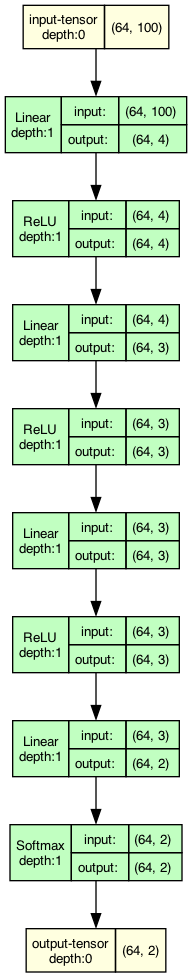
Before: graphs/q3_model.gv.png, a diagram exported from Graphviz (tanruiquan/Selene). Its source is kept beside it as graphs/q3_model.gv. The source it was exported from:
```dot
strict digraph q3_model {
	graph [ordering=in rankdir=TB size="12.0,12.0"]
	node [align=left fontname="Linux libertine" fontsize=10 height=0.2 margin=0 ranksep=0.1 shape=plaintext style=filled]
	edge [fontsize=10]
	0 [label=<
                    <TABLE BORDER="0" CELLBORDER="1"
                    CELLSPACING="0" CELLPADDING="4">
                        <TR><TD>input-tensor<BR/>depth:0</TD><TD>(64, 100)</TD></TR>
                    </TABLE>> fillcolor=lightyellow]
	1 [label=<
                    <TABLE BORDER="0" CELLBORDER="1"
                    CELLSPACING="0" CELLPADDING="4">
                    <TR>
                        <TD ROWSPAN="2">Linear<BR/>depth:1</TD>
                        <TD COLSPAN="2">input:</TD>
                        <TD COLSPAN="2">(64, 100) </TD>
                    </TR>
                    <TR>
                        <TD COLSPAN="2">output: </TD>
                        <TD COLSPAN="2">(64, 4) </TD>
                    </TR>
                    </TABLE>> fillcolor=darkseagreen1]
	2 [label=<
                    <TABLE BORDER="0" CELLBORDER="1"
                    CELLSPACING="0" CELLPADDING="4">
                    <TR>
                        <TD ROWSPAN="2">ReLU<BR/>depth:1</TD>
                        <TD COLSPAN="2">input:</TD>
                        <TD COLSPAN="2">(64, 4) </TD>
                    </TR>
                    <TR>
                        <TD COLSPAN="2">output: </TD>
                        <TD COLSPAN="2">(64, 4) </TD>
                    </TR>
                    </TABLE>> fillcolor=darkseagreen1]
	3 [label=<
                    <TABLE BORDER="0" CELLBORDER="1"
                    CELLSPACING="0" CELLPADDING="4">
                    <TR>
                        <TD ROWSPAN="2">Linear<BR/>depth:1</TD>
                        <TD COLSPAN="2">input:</TD>
                        <TD COLSPAN="2">(64, 4) </TD>
                    </TR>
                    <TR>
                        <TD COLSPAN="2">output: </TD>
                        <TD COLSPAN="2">(64, 3) </TD>
                    </TR>
                    </TABLE>> fillcolor=darkseagreen1]
	4 [label=<
                    <TABLE BORDER="0" CELLBORDER="1"
                    CELLSPACING="0" CELLPADDING="4">
                    <TR>
                        <TD ROWSPAN="2">ReLU<BR/>depth:1</TD>
                        <TD COLSPAN="2">input:</TD>
                        <TD COLSPAN="2">(64, 3) </TD>
                    </TR>
                    <TR>
                        <TD COLSPAN="2">output: </TD>
                        <TD COLSPAN="2">(64, 3) </TD>
                    </TR>
                    </TABLE>> fillcolor=darkseagreen1]
	5 [label=<
                    <TABLE BORDER="0" CELLBORDER="1"
                    CELLSPACING="0" CELLPADDING="4">
                    <TR>
                        <TD ROWSPAN="2">Linear<BR/>depth:1</TD>
                        <TD COLSPAN="2">input:</TD>
                        <TD COLSPAN="2">(64, 3) </TD>
                    </TR>
                    <TR>
                        <TD COLSPAN="2">output: </TD>
                        <TD COLSPAN="2">(64, 3) </TD>
                    </TR>
                    </TABLE>> fillcolor=darkseagreen1]
	6 [label=<
                    <TABLE BORDER="0" CELLBORDER="1"
                    CELLSPACING="0" CELLPADDING="4">
                    <TR>
                        <TD ROWSPAN="2">ReLU<BR/>depth:1</TD>
                        <TD COLSPAN="2">input:</TD>
                        <TD COLSPAN="2">(64, 3) </TD>
                    </TR>
                    <TR>
                        <TD COLSPAN="2">output: </TD>
                        <TD COLSPAN="2">(64, 3) </TD>
                    </TR>
                    </TABLE>> fillcolor=darkseagreen1]
	7 [label=<
                    <TABLE BORDER="0" CELLBORDER="1"
                    CELLSPACING="0" CELLPADDING="4">
                    <TR>
                        <TD ROWSPAN="2">Linear<BR/>depth:1</TD>
                        <TD COLSPAN="2">input:</TD>
                        <TD COLSPAN="2">(64, 3) </TD>
                    </TR>
                    <TR>
                        <TD COLSPAN="2">output: </TD>
                        <TD COLSPAN="2">(64, 2) </TD>
                    </TR>
                    </TABLE>> fillcolor=darkseagreen1]
	8 [label=<
                    <TABLE BORDER="0" CELLBORDER="1"
                    CELLSPACING="0" CELLPADDING="4">
                    <TR>
                        <TD ROWSPAN="2">Softmax<BR/>depth:1</TD>
                        <TD COLSPAN="2">input:</TD>
                        <TD COLSPAN="2">(64, 2) </TD>
                    </TR>
                    <TR>
                        <TD COLSPAN="2">output: </TD>
                        <TD COLSPAN="2">(64, 2) </TD>
                    </TR>
                    </TABLE>> fillcolor=darkseagreen1]
	9 [label=<
                    <TABLE BORDER="0" CELLBORDER="1"
                    CELLSPACING="0" CELLPADDING="4">
                        <TR><TD>output-tensor<BR/>depth:0</TD><TD>(64, 2)</TD></TR>
                    </TABLE>> fillcolor=lightyellow]
	0 -> 1
	1 -> 2
	2 -> 3
	3 -> 4
	4 -> 5
	5 -> 6
	6 -> 7
	7 -> 8
	8 -> 9
}
```
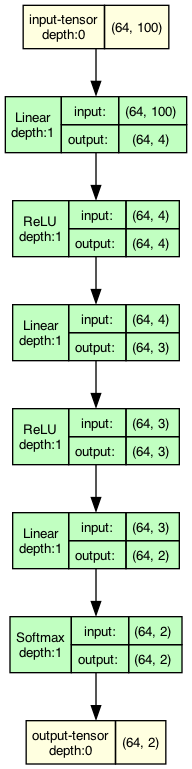
After the commit.

Diff of the diagram source:
```diff
@@ -69,36 +69,10 @@
                     </TR>
                     <TR>
                         <TD COLSPAN="2">output: </TD>
-                        <TD COLSPAN="2">(64, 3) </TD>
+                        <TD COLSPAN="2">(64, 2) </TD>
                     </TR>
                     </TABLE>> fillcolor=darkseagreen1]
 	6 [label=<
-                    <TABLE BORDER="0" CELLBORDER="1"
-                    CELLSPACING="0" CELLPADDING="4">
-                    <TR>
-                        <TD ROWSPAN="2">ReLU<BR/>depth:1</TD>
-                        <TD COLSPAN="2">input:</TD>
-                        <TD COLSPAN="2">(64, 3) </TD>
-                    </TR>
-                    <TR>
-                        <TD COLSPAN="2">output: </TD>
-                        <TD COLSPAN="2">(64, 3) </TD>
-                    </TR>
-                    </TABLE>> fillcolor=darkseagreen1]
-	7 [label=<
-                    <TABLE BORDER="0" CELLBORDER="1"
-                    CELLSPACING="0" CELLPADDING="4">
-                    <TR>
-                        <TD ROWSPAN="2">Linear<BR/>depth:1</TD>
-                        <TD COLSPAN="2">input:</TD>
-                        <TD COLSPAN="2">(64, 3) </TD>
-                    </TR>
-                    <TR>
-                        <TD COLSPAN="2">output: </TD>
-                        <TD COLSPAN="2">(64, 2) </TD>
-                    </TR>
-                    </TABLE>> fillcolor=darkseagreen1]
-	8 [label=<
                     <TABLE BORDER="0" CELLBORDER="1"
                     CELLSPACING="0" CELLPADDING="4">
                     <TR>
@@ -111,7 +85,7 @@
                         <TD COLSPAN="2">(64, 2) </TD>
                     </TR>
                     </TABLE>> fillcolor=darkseagreen1]
-	9 [label=<
+	7 [label=<
                     <TABLE BORDER="0" CELLBORDER="1"
                     CELLSPACING="0" CELLPADDING="4">
                         <TR><TD>output-tensor<BR/>depth:0</TD><TD>(64, 2)</TD></TR>
@@ -123,6 +97,4 @@
 	4 -> 5
 	5 -> 6
 	6 -> 7
-	7 -> 8
-	8 -> 9
 }
```
